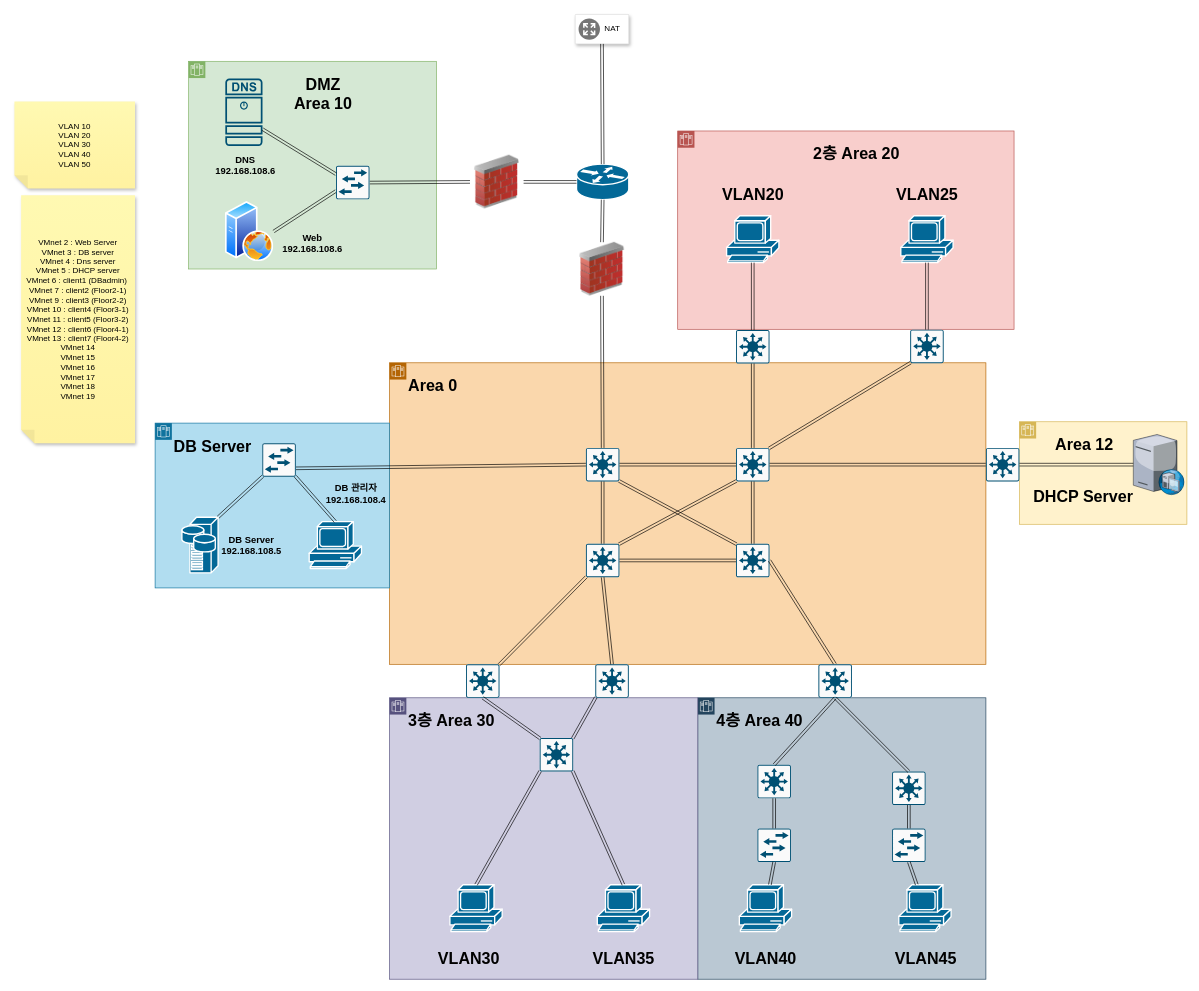
donhaklee/CloudStudy keeps this draw.io diagram as cloudnetwork.drawio. Above is the earlier version. Source tidied: cells renumbered, new cells numbered last; positions are measured from the earlier drawing's top-left corner, leaving out a move shared by most shapes. Both pictures are drawn from the tidied source at 67%, with x=0, y=0 at pixel (14, 14).
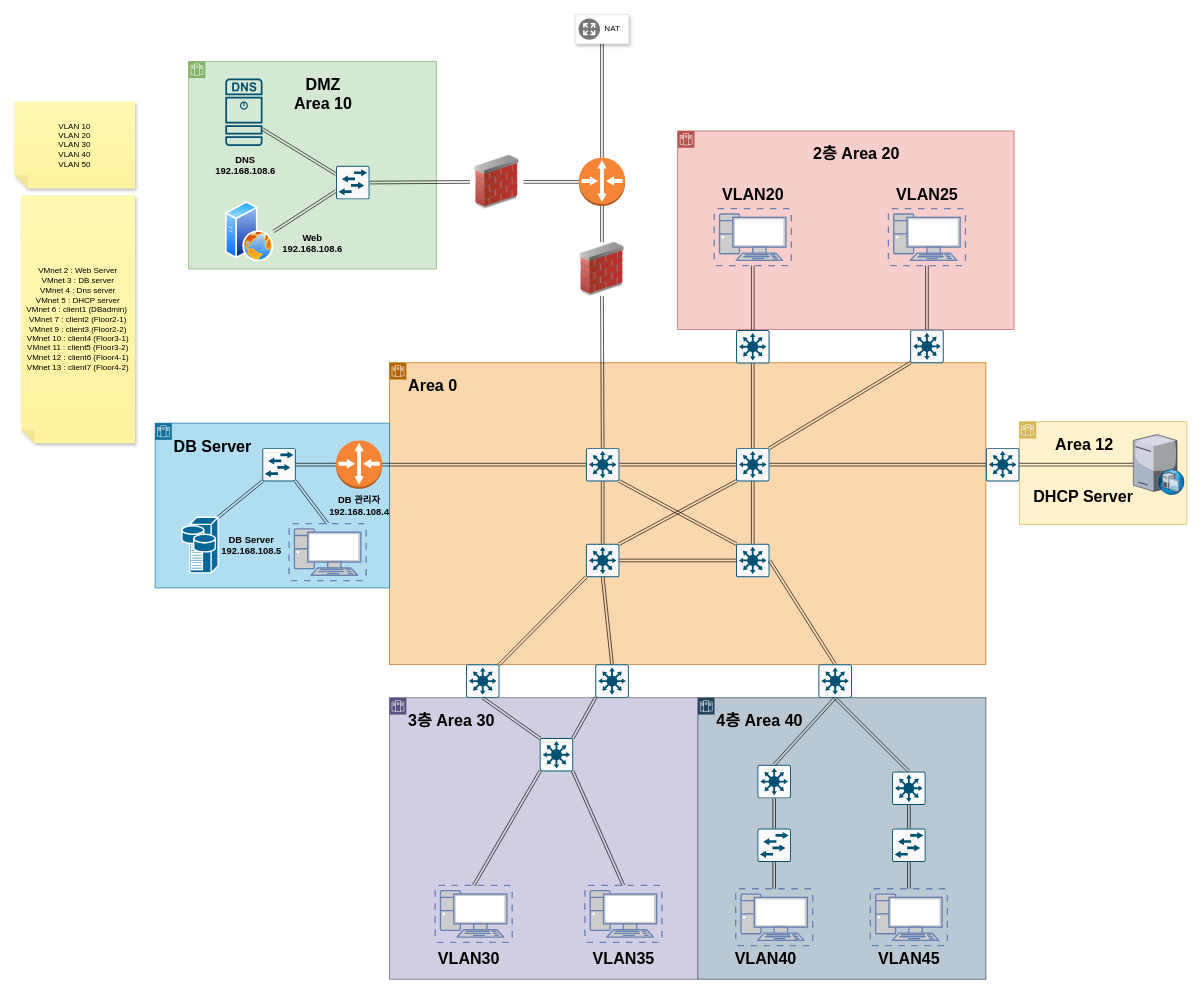
Above is the later version.

The change refers to these unchanged cells:
```xml
<mxCell id="6" value="&lt;h1&gt;4층 Area 40&lt;/h1&gt;" style="shape=mxgraph.ibm.box;prType=zone;fontStyle=0;verticalAlign=top;align=left;spacingLeft=32;spacingTop=4;fillColor=#bac8d3;rounded=0;whiteSpace=wrap;html=1;strokeColor=#23445d;strokeWidth=1;dashed=0;spacing=-4;" parent="1" vertex="1">
  <mxGeometry x="1020" y="1020" width="430" height="420" as="geometry" />
</mxCell>
<mxCell id="8" style="sketch=0;points=[[0.015,0.015,0],[0.985,0.015,0],[0.985,0.985,0],[0.015,0.985,0],[0.25,0,0],[0.5,0,0],[0.75,0,0],[1,0.25,0],[1,0.5,0],[1,0.75,0],[0.75,1,0],[0.5,1,0],[0.25,1,0],[0,0.75,0],[0,0.5,0],[0,0.25,0]];verticalLabelPosition=bottom;html=1;verticalAlign=top;align=center;shape=mxgraph.cisco19.rect;prIcon=l2_switch;fillColor=#FAFAFA;strokeColor=#005073;" parent="6" vertex="1">
  <mxGeometry x="89" y="195" width="50" height="50" as="geometry" />
</mxCell>
<mxCell id="13" style="sketch=0;points=[[0.015,0.015,0],[0.985,0.015,0],[0.985,0.985,0],[0.015,0.985,0],[0.25,0,0],[0.5,0,0],[0.75,0,0],[1,0.25,0],[1,0.5,0],[1,0.75,0],[0.75,1,0],[0.5,1,0],[0.25,1,0],[0,0.75,0],[0,0.5,0],[0,0.25,0]];verticalLabelPosition=bottom;html=1;verticalAlign=top;align=center;shape=mxgraph.cisco19.rect;prIcon=l2_switch;fillColor=#FAFAFA;strokeColor=#005073;" parent="6" vertex="1">
  <mxGeometry x="290" y="195" width="50" height="50" as="geometry" />
</mxCell>
<mxCell id="19" value="&lt;h1&gt;DB Server&lt;/h1&gt;" style="shape=mxgraph.ibm.box;prType=zone;fontStyle=0;verticalAlign=top;align=left;spacingLeft=32;spacingTop=4;fillColor=#b1ddf0;rounded=0;whiteSpace=wrap;html=1;strokeColor=#10739e;strokeWidth=1;dashed=0;spacing=-4;" parent="1" vertex="1">
  <mxGeometry x="210" y="610" width="350" height="246" as="geometry" />
</mxCell>
<mxCell id="23" value="&lt;h1&gt;3층 Area 30&lt;/h1&gt;" style="shape=mxgraph.ibm.box;prType=zone;fontStyle=0;verticalAlign=top;align=left;spacingLeft=32;spacingTop=4;fillColor=#d0cee2;rounded=0;whiteSpace=wrap;html=1;strokeColor=#56517e;strokeWidth=1;dashed=0;spacing=-4;" parent="1" vertex="1">
  <mxGeometry x="560" y="1020" width="460" height="420" as="geometry" />
</mxCell>
<mxCell id="28" value="&lt;h1&gt;2층 Area 20&lt;/h1&gt;" style="shape=mxgraph.ibm.box;prType=zone;fontStyle=0;verticalAlign=top;align=center;spacingLeft=32;spacingTop=4;fillColor=#f8cecc;rounded=0;whiteSpace=wrap;html=1;strokeColor=#b85450;strokeWidth=1;dashed=0;spacing=-4;" parent="1" vertex="1">
  <mxGeometry x="990" y="174" width="502" height="296" as="geometry" />
</mxCell>
<mxCell id="39" style="strokeColor=#dddddd;shadow=1;strokeWidth=1;rounded=1;absoluteArcSize=1;arcSize=2;" parent="1" vertex="1">
  <mxGeometry x="837" width="80" height="44" as="geometry" />
</mxCell>
<mxCell id="44" style="sketch=0;points=[[0.015,0.015,0],[0.985,0.015,0],[0.985,0.985,0],[0.015,0.985,0],[0.25,0,0],[0.5,0,0],[0.75,0,0],[1,0.25,0],[1,0.5,0],[1,0.75,0],[0.75,1,0],[0.5,1,0],[0.25,1,0],[0,0.75,0],[0,0.5,0],[0,0.25,0]];verticalLabelPosition=bottom;html=1;verticalAlign=top;align=center;shape=mxgraph.cisco19.rect;prIcon=l3_switch;fillColor=#FAFAFA;strokeColor=#005073;" parent="1" vertex="1">
  <mxGeometry x="853" y="647" width="50" height="50" as="geometry" />
</mxCell>
<mxCell id="48" style="sketch=0;points=[[0.015,0.015,0],[0.985,0.015,0],[0.985,0.985,0],[0.015,0.985,0],[0.25,0,0],[0.5,0,0],[0.75,0,0],[1,0.25,0],[1,0.5,0],[1,0.75,0],[0.75,1,0],[0.5,1,0],[0.25,1,0],[0,0.75,0],[0,0.5,0],[0,0.25,0]];verticalLabelPosition=bottom;html=1;verticalAlign=top;align=center;shape=mxgraph.cisco19.rect;prIcon=l3_switch;fillColor=#FAFAFA;strokeColor=#005073;" parent="1" vertex="1">
  <mxGeometry x="1077" y="471" width="50" height="50" as="geometry" />
</mxCell>
<mxCell id="49" style="sketch=0;points=[[0.015,0.015,0],[0.985,0.015,0],[0.985,0.985,0],[0.015,0.985,0],[0.25,0,0],[0.5,0,0],[0.75,0,0],[1,0.25,0],[1,0.5,0],[1,0.75,0],[0.75,1,0],[0.5,1,0],[0.25,1,0],[0,0.75,0],[0,0.5,0],[0,0.25,0]];verticalLabelPosition=bottom;html=1;verticalAlign=top;align=center;shape=mxgraph.cisco19.rect;prIcon=l3_switch;fillColor=#FAFAFA;strokeColor=#005073;" parent="1" vertex="1">
  <mxGeometry x="1337" y="470.5" width="50" height="50" as="geometry" />
</mxCell>
<mxCell id="50" style="sketch=0;points=[[0.015,0.015,0],[0.985,0.015,0],[0.985,0.985,0],[0.015,0.985,0],[0.25,0,0],[0.5,0,0],[0.75,0,0],[1,0.25,0],[1,0.5,0],[1,0.75,0],[0.75,1,0],[0.5,1,0],[0.25,1,0],[0,0.75,0],[0,0.5,0],[0,0.25,0]];verticalLabelPosition=bottom;html=1;verticalAlign=top;align=center;shape=mxgraph.cisco19.rect;prIcon=l3_switch;fillColor=#FAFAFA;strokeColor=#005073;" parent="1" vertex="1">
  <mxGeometry x="784" y="1080" width="50" height="50" as="geometry" />
</mxCell>
<mxCell id="75" style="image;html=1;image=img/lib/clip_art/networking/Firewall_02_128x128.png;" parent="1" vertex="1">
  <mxGeometry x="680" y="210" width="80" height="80" as="geometry" />
</mxCell>
<mxCell id="76" style="image;html=1;image=img/lib/clip_art/networking/Firewall_02_128x128.png;" parent="1" vertex="1">
  <mxGeometry x="837" y="340" width="80" height="80" as="geometry" />
</mxCell>
```

Diff of the diagram source:
```diff
@@
-    <mxCell id="7" style="shape=mxgraph.cisco.computers_and_peripherals.pc;sketch=0;html=1;dashed=0;fillColor=#036897;strokeColor=#ffffff;strokeWidth=2;verticalLabelPosition=bottom;verticalAlign=top;align=center;outlineConnect=0;" parent="6" vertex="1">
-      <mxGeometry x="62" y="279" width="78" height="70" as="geometry" />
-    </mxCell>
@@
-    <mxCell id="9" style="shape=link;html=1;rounded=0;exitX=0.5;exitY=1;exitDx=0;exitDy=0;exitPerimeter=0;" parent="6" edge="1" source="8" target="7">
+    <mxCell id="9" style="shape=link;html=1;rounded=0;exitX=0.5;exitY=1;exitDx=0;exitDy=0;exitPerimeter=0;entryX=0.5;entryY=0;entryDx=0;entryDy=0;entryPerimeter=0;" parent="6" edge="1" source="8" target="90">
       <mxGeometry relative="1" as="geometry" />
     </mxCell>
@@
-    <mxCell id="15" style="shape=mxgraph.cisco.computers_and_peripherals.pc;sketch=0;html=1;dashed=0;fillColor=#036897;strokeColor=#ffffff;strokeWidth=2;verticalLabelPosition=bottom;verticalAlign=top;align=center;outlineConnect=0;" parent="6" vertex="1">
-      <mxGeometry x="300" y="279" width="78" height="70" as="geometry" />
-    </mxCell>
-    <mxCell id="16" style="shape=link;html=1;rounded=0;exitX=0.5;exitY=1;exitDx=0;exitDy=0;exitPerimeter=0;" parent="6" edge="1" source="13" target="15">
+    <mxCell id="16" style="shape=link;html=1;rounded=0;exitX=0.5;exitY=1;exitDx=0;exitDy=0;exitPerimeter=0;entryX=0.5;entryY=0;entryDx=0;entryDy=0;entryPerimeter=0;" parent="6" edge="1" source="13" target="91">
       <mxGeometry relative="1" as="geometry" />
     </mxCell>
@@
     <mxCell id="18" value="VLAN45" style="text;strokeColor=none;fillColor=none;html=1;fontSize=24;fontStyle=1;verticalAlign=middle;align=center;" parent="6" vertex="1">
-      <mxGeometry x="290" y="370" width="100" height="40" as="geometry" />
+      <mxGeometry x="265" y="370" width="100" height="40" as="geometry" />
     </mxCell>
+    <mxCell id="90" style="fontColor=#0066CC;verticalAlign=top;verticalLabelPosition=bottom;labelPosition=center;align=center;html=1;outlineConnect=0;fillColor=#CCCCCC;strokeColor=#6881B3;gradientColor=none;gradientDirection=north;strokeWidth=2;shape=mxgraph.networks.virtual_pc;fontSize=14;" parent="6" vertex="1">
+      <mxGeometry x="56.5" y="285" width="115" height="85" as="geometry" />
+    </mxCell>
+    <mxCell id="91" style="fontColor=#0066CC;verticalAlign=top;verticalLabelPosition=bottom;labelPosition=center;align=center;html=1;outlineConnect=0;fillColor=#CCCCCC;strokeColor=#6881B3;gradientColor=none;gradientDirection=north;strokeWidth=2;shape=mxgraph.networks.virtual_pc;fontSize=14;" parent="6" vertex="1">
+      <mxGeometry x="257.5" y="285" width="115" height="85" as="geometry" />
+    </mxCell>
@@
     <mxCell id="21" value="&lt;b&gt;&lt;font style=&quot;font-size: 14px;&quot;&gt;DB 관리자&lt;br&gt;192.168.108.4&lt;/font&gt;&lt;/b&gt;" style="text;html=1;strokeColor=none;fillColor=none;align=center;verticalAlign=middle;whiteSpace=wrap;rounded=0;" parent="19" vertex="1">
-      <mxGeometry x="250" y="90" width="100" height="30" as="geometry" />
+      <mxGeometry x="254.5" y="108" width="100" height="30" as="geometry" />
     </mxCell>
-    <mxCell id="22" style="shape=mxgraph.cisco.computers_and_peripherals.pc;sketch=0;html=1;dashed=0;fillColor=#036897;strokeColor=#ffffff;strokeWidth=2;verticalLabelPosition=bottom;verticalAlign=top;align=center;outlineConnect=0;" parent="19" vertex="1">
-      <mxGeometry x="230" y="147" width="78" height="70" as="geometry" />
-    </mxCell>
+    <mxCell id="82" style="sketch=0;points=[[0.015,0.015,0],[0.985,0.015,0],[0.985,0.985,0],[0.015,0.985,0],[0.25,0,0],[0.5,0,0],[0.75,0,0],[1,0.25,0],[1,0.5,0],[1,0.75,0],[0.75,1,0],[0.5,1,0],[0.25,1,0],[0,0.75,0],[0,0.5,0],[0,0.25,0]];verticalLabelPosition=bottom;html=1;verticalAlign=top;align=center;shape=mxgraph.cisco19.rect;prIcon=l2_switch;fillColor=#FAFAFA;strokeColor=#005073;" parent="19" vertex="1">
+      <mxGeometry x="160" y="37" width="50" height="50" as="geometry" />
+    </mxCell>
+    <mxCell id="80" style="shape=link;html=1;rounded=0;exitX=0.5;exitY=0;exitDx=0;exitDy=0;exitPerimeter=0;entryX=0.985;entryY=0.985;entryDx=0;entryDy=0;entryPerimeter=0;" parent="19" edge="1" source="94" target="82">
+      <mxGeometry relative="1" as="geometry" />
+    </mxCell>
+    <mxCell id="92" style="outlineConnect=0;dashed=0;verticalLabelPosition=bottom;verticalAlign=top;align=center;html=1;shape=mxgraph.aws3.router;fillColor=#F58534;gradientColor=none;fontSize=14;" parent="19" vertex="1">
+      <mxGeometry x="270" y="26" width="69" height="72" as="geometry" />
+    </mxCell>
+    <mxCell id="93" style="shape=link;html=1;rounded=0;fontSize=14;exitX=1;exitY=0.5;exitDx=0;exitDy=0;exitPerimeter=0;entryX=0;entryY=0.5;entryDx=0;entryDy=0;entryPerimeter=0;" parent="19" edge="1" source="82" target="92">
+      <mxGeometry relative="1" as="geometry" />
+    </mxCell>
+    <mxCell id="94" style="fontColor=#0066CC;verticalAlign=top;verticalLabelPosition=bottom;labelPosition=center;align=center;html=1;outlineConnect=0;fillColor=#CCCCCC;strokeColor=#6881B3;gradientColor=none;gradientDirection=north;strokeWidth=2;shape=mxgraph.networks.virtual_pc;fontSize=14;" parent="19" vertex="1">
+      <mxGeometry x="200" y="150" width="115" height="85" as="geometry" />
+    </mxCell>
@@
-    <mxCell id="25" style="shape=mxgraph.cisco.computers_and_peripherals.pc;sketch=0;html=1;dashed=0;fillColor=#036897;strokeColor=#ffffff;strokeWidth=2;verticalLabelPosition=bottom;verticalAlign=top;align=center;outlineConnect=0;" parent="23" vertex="1">
-      <mxGeometry x="90" y="279" width="78" height="70" as="geometry" />
-    </mxCell>
-    <mxCell id="26" style="shape=mxgraph.cisco.computers_and_peripherals.pc;sketch=0;html=1;dashed=0;fillColor=#036897;strokeColor=#ffffff;strokeWidth=2;verticalLabelPosition=bottom;verticalAlign=top;align=center;outlineConnect=0;" parent="23" vertex="1">
-      <mxGeometry x="310" y="279" width="78" height="70" as="geometry" />
-    </mxCell>
@@
+    <mxCell id="95" style="fontColor=#0066CC;verticalAlign=top;verticalLabelPosition=bottom;labelPosition=center;align=center;html=1;outlineConnect=0;fillColor=#CCCCCC;strokeColor=#6881B3;gradientColor=none;gradientDirection=north;strokeWidth=2;shape=mxgraph.networks.virtual_pc;fontSize=14;" parent="23" vertex="1">
+      <mxGeometry x="68" y="280" width="115" height="85" as="geometry" />
+    </mxCell>
+    <mxCell id="96" style="fontColor=#0066CC;verticalAlign=top;verticalLabelPosition=bottom;labelPosition=center;align=center;html=1;outlineConnect=0;fillColor=#CCCCCC;strokeColor=#6881B3;gradientColor=none;gradientDirection=north;strokeWidth=2;shape=mxgraph.networks.virtual_pc;fontSize=14;" parent="23" vertex="1">
+      <mxGeometry x="291.5" y="280" width="115" height="85" as="geometry" />
+    </mxCell>
@@
+    <mxCell id="97" style="fontColor=#0066CC;verticalAlign=top;verticalLabelPosition=bottom;labelPosition=center;align=center;html=1;outlineConnect=0;fillColor=#CCCCCC;strokeColor=#6881B3;gradientColor=none;gradientDirection=north;strokeWidth=2;shape=mxgraph.networks.virtual_pc;fontSize=14;" parent="28" vertex="1">
+      <mxGeometry x="54.5" y="116" width="115" height="85" as="geometry" />
+    </mxCell>
+    <mxCell id="98" style="fontColor=#0066CC;verticalAlign=top;verticalLabelPosition=bottom;labelPosition=center;align=center;html=1;outlineConnect=0;fillColor=#CCCCCC;strokeColor=#6881B3;gradientColor=none;gradientDirection=north;strokeWidth=2;shape=mxgraph.networks.virtual_pc;fontSize=14;" parent="28" vertex="1">
+      <mxGeometry x="314.5" y="116" width="115" height="85" as="geometry" />
+    </mxCell>
@@
-    <mxCell id="35" value="VMnet 2 : Web Server&lt;br&gt;VMnet 3 : DB server&lt;br&gt;VMnet 4 : Dns server&lt;br&gt;&lt;div style=&quot;&quot;&gt;&lt;span style=&quot;background-color: initial;&quot;&gt;VMnet 5 : DHCP server&lt;/span&gt;&lt;/div&gt;VMnet 6 : client1 (DBadmin)&amp;nbsp;&lt;br&gt;VMnet 7 : client2 (Floor2-1)&lt;br&gt;VMnet 9 : client3 (Floor2-2)&lt;br&gt;VMnet 10 : client4 (Floor3-1)&lt;br&gt;VMnet 11 : client5 (Floor3-2)&lt;br&gt;VMnet 12 : client6 (Floor4-1)&lt;br&gt;VMnet 13 : client7 (Floor4-2)&lt;br&gt;VMnet 14&lt;br&gt;VMnet 15&lt;br&gt;VMnet 16&lt;br&gt;VMnet 17&lt;br&gt;VMnet 18&lt;br&gt;VMnet 19" style="shape=note;whiteSpace=wrap;html=1;backgroundOutline=1;fontColor=#000000;darkOpacity=0.05;fillColor=#FFF9B2;strokeColor=none;fillStyle=solid;direction=west;gradientDirection=north;gradientColor=#FFF2A1;shadow=1;size=20;align=center;" parent="1" vertex="1">
+    <mxCell id="35" value="VMnet 2 : Web Server&lt;br&gt;VMnet 3 : DB server&lt;br&gt;VMnet 4 : Dns server&lt;br&gt;&lt;div style=&quot;&quot;&gt;&lt;span style=&quot;background-color: initial;&quot;&gt;VMnet 5 : DHCP server&lt;/span&gt;&lt;/div&gt;VMnet 6 : client1 (DBadmin)&amp;nbsp;&lt;br&gt;VMnet 7 : client2 (Floor2-1)&lt;br&gt;VMnet 9 : client3 (Floor2-2)&lt;br&gt;VMnet 10 : client4 (Floor3-1)&lt;br&gt;VMnet 11 : client5 (Floor3-2)&lt;br&gt;VMnet 12 : client6 (Floor4-1)&lt;br&gt;VMnet 13 : client7 (Floor4-2)" style="shape=note;whiteSpace=wrap;html=1;backgroundOutline=1;fontColor=#000000;darkOpacity=0.05;fillColor=#FFF9B2;strokeColor=none;fillStyle=solid;direction=west;gradientDirection=north;gradientColor=#FFF2A1;shadow=1;size=20;align=center;" parent="1" vertex="1">
       <mxGeometry x="10" y="270" width="170" height="370" as="geometry" />
     </mxCell>
-    <mxCell id="36" style="shape=mxgraph.cisco.routers.router;sketch=0;html=1;dashed=0;fillColor=#036897;strokeColor=#ffffff;strokeWidth=2;verticalLabelPosition=bottom;verticalAlign=top;align=center;outlineConnect=0;" parent="1" vertex="1">
-      <mxGeometry x="839" y="223.5" width="78" height="53" as="geometry" />
-    </mxCell>
@@
-    <mxCell id="42" style="shape=mxgraph.cisco.computers_and_peripherals.pc;sketch=0;html=1;dashed=0;fillColor=#036897;strokeColor=#ffffff;strokeWidth=2;verticalLabelPosition=bottom;verticalAlign=top;align=center;outlineConnect=0;" parent="1" vertex="1">
-      <mxGeometry x="1063" y="300.5" width="78" height="70" as="geometry" />
-    </mxCell>
-    <mxCell id="43" style="shape=mxgraph.cisco.computers_and_peripherals.pc;sketch=0;html=1;dashed=0;fillColor=#036897;strokeColor=#ffffff;strokeWidth=2;verticalLabelPosition=bottom;verticalAlign=top;align=center;outlineConnect=0;" parent="1" vertex="1">
-      <mxGeometry x="1323" y="300.5" width="78" height="70" as="geometry" />
-    </mxCell>
@@
-    <mxCell id="54" style="shape=link;html=1;rounded=0;exitX=0.5;exitY=0;exitDx=0;exitDy=0;entryX=0.5;entryY=1;entryDx=0;entryDy=0;entryPerimeter=0;" parent="1" edge="1" source="76" target="36">
+    <mxCell id="54" style="shape=link;html=1;rounded=0;exitX=0.5;exitY=0;exitDx=0;exitDy=0;entryX=0.5;entryY=1;entryDx=0;entryDy=0;entryPerimeter=0;" parent="1" edge="1" source="76" target="99">
       <mxGeometry relative="1" as="geometry" />
     </mxCell>
-    <mxCell id="55" style="shape=link;html=1;rounded=0;exitX=0;exitY=0.5;exitDx=0;exitDy=0;exitPerimeter=0;entryX=1;entryY=0.5;entryDx=0;entryDy=0;" parent="1" edge="1" source="36" target="75">
+    <mxCell id="55" style="shape=link;html=1;rounded=0;exitX=0;exitY=0.5;exitDx=0;exitDy=0;exitPerimeter=0;entryX=1;entryY=0.5;entryDx=0;entryDy=0;" parent="1" edge="1" source="99" target="75">
       <mxGeometry relative="1" as="geometry" />
     </mxCell>
@@
-    <mxCell id="65" style="shape=link;html=1;rounded=0;exitX=0.5;exitY=0;exitDx=0;exitDy=0;exitPerimeter=0;entryX=0.5;entryY=1;entryDx=0;entryDy=0;entryPerimeter=0;" parent="1" edge="1" source="48" target="42">
+    <mxCell id="65" style="shape=link;html=1;rounded=0;exitX=0.5;exitY=0;exitDx=0;exitDy=0;exitPerimeter=0;entryX=0.5;entryY=1;entryDx=0;entryDy=0;entryPerimeter=0;" parent="1" edge="1" source="48" target="97">
       <mxGeometry relative="1" as="geometry" />
     </mxCell>
-    <mxCell id="66" style="shape=link;html=1;rounded=0;exitX=0.5;exitY=1;exitDx=0;exitDy=0;exitPerimeter=0;entryX=0.5;entryY=0;entryDx=0;entryDy=0;entryPerimeter=0;" parent="1" edge="1" source="43" target="49">
+    <mxCell id="66" style="shape=link;html=1;rounded=0;exitX=0.5;exitY=1;exitDx=0;exitDy=0;exitPerimeter=0;entryX=0.5;entryY=0;entryDx=0;entryDy=0;entryPerimeter=0;" parent="1" edge="1" source="98" target="49">
       <mxGeometry relative="1" as="geometry" />
     </mxCell>
@@
-    <mxCell id="72" style="shape=link;html=1;rounded=0;exitX=0.5;exitY=0;exitDx=0;exitDy=0;exitPerimeter=0;entryX=0.015;entryY=0.985;entryDx=0;entryDy=0;entryPerimeter=0;" parent="1" edge="1" source="25" target="50">
+    <mxCell id="72" style="shape=link;html=1;rounded=0;entryX=0.015;entryY=0.985;entryDx=0;entryDy=0;entryPerimeter=0;exitX=0.5;exitY=0;exitDx=0;exitDy=0;exitPerimeter=0;" parent="1" edge="1" source="95" target="50">
       <mxGeometry relative="1" as="geometry" />
     </mxCell>
-    <mxCell id="73" style="shape=link;html=1;rounded=0;exitX=0.985;exitY=0.985;exitDx=0;exitDy=0;exitPerimeter=0;entryX=0.5;entryY=0;entryDx=0;entryDy=0;entryPerimeter=0;" parent="1" edge="1" source="50" target="26">
+    <mxCell id="73" style="shape=link;html=1;rounded=0;exitX=0.985;exitY=0.985;exitDx=0;exitDy=0;exitPerimeter=0;entryX=0.5;entryY=0;entryDx=0;entryDy=0;entryPerimeter=0;" parent="1" edge="1" source="50" target="96">
       <mxGeometry relative="1" as="geometry" />
     </mxCell>
-    <mxCell id="74" style="shape=link;html=1;rounded=0;exitX=0;exitY=0.5;exitDx=0;exitDy=0;exitPerimeter=0;entryX=1;entryY=0.75;entryDx=0;entryDy=0;entryPerimeter=0;" parent="1" edge="1" source="44" target="82">
+    <mxCell id="74" style="shape=link;html=1;rounded=0;exitX=0;exitY=0.5;exitDx=0;exitDy=0;exitPerimeter=0;entryX=1;entryY=0.5;entryDx=0;entryDy=0;entryPerimeter=0;" parent="1" edge="1" source="44" target="92">
       <mxGeometry relative="1" as="geometry" />
     </mxCell>
@@
-    <mxCell id="77" style="shape=link;html=1;rounded=0;exitX=0.5;exitY=0;exitDx=0;exitDy=0;entryX=0.5;entryY=1;entryDx=0;entryDy=0;exitPerimeter=0;" parent="1" edge="1" source="36" target="39">
+    <mxCell id="77" style="shape=link;html=1;rounded=0;exitX=0.5;exitY=0;exitDx=0;exitDy=0;entryX=0.5;entryY=1;entryDx=0;entryDy=0;exitPerimeter=0;" parent="1" edge="1" source="99" target="39">
       <mxGeometry relative="1" as="geometry" />
     </mxCell>
@@
-    <mxCell id="80" style="shape=link;html=1;rounded=0;exitX=0.5;exitY=0;exitDx=0;exitDy=0;exitPerimeter=0;entryX=0.985;entryY=0.985;entryDx=0;entryDy=0;entryPerimeter=0;" parent="1" edge="1" source="22" target="82">
-      <mxGeometry relative="1" as="geometry" />
-    </mxCell>
@@
-    <mxCell id="82" style="sketch=0;points=[[0.015,0.015,0],[0.985,0.015,0],[0.985,0.985,0],[0.015,0.985,0],[0.25,0,0],[0.5,0,0],[0.75,0,0],[1,0.25,0],[1,0.5,0],[1,0.75,0],[0.75,1,0],[0.5,1,0],[0.25,1,0],[0,0.75,0],[0,0.5,0],[0,0.25,0]];verticalLabelPosition=bottom;html=1;verticalAlign=top;align=center;shape=mxgraph.cisco19.rect;prIcon=l2_switch;fillColor=#FAFAFA;strokeColor=#005073;" parent="1" vertex="1">
-      <mxGeometry x="370" y="640" width="50" height="50" as="geometry" />
-    </mxCell>
@@
+    <mxCell id="99" style="outlineConnect=0;dashed=0;verticalLabelPosition=bottom;verticalAlign=top;align=center;html=1;shape=mxgraph.aws3.router;fillColor=#F58534;gradientColor=none;fontSize=14;" parent="1" vertex="1">
+      <mxGeometry x="842.5" y="214" width="69" height="72" as="geometry" />
+    </mxCell>
```
